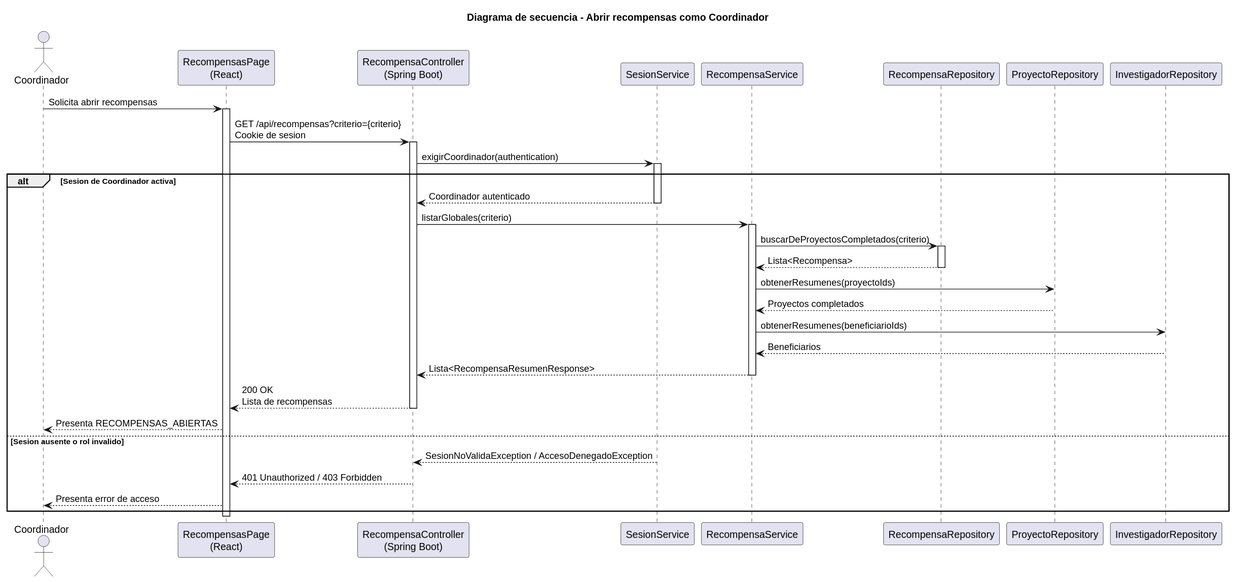
beatriizorozco/25-26-idsw2-sdVC keeps this PlantUML diagram as images/RUP/02-diseño/casos-uso/coordinador/abrirRecompensas/secuencia.svg. Above is the earlier version.
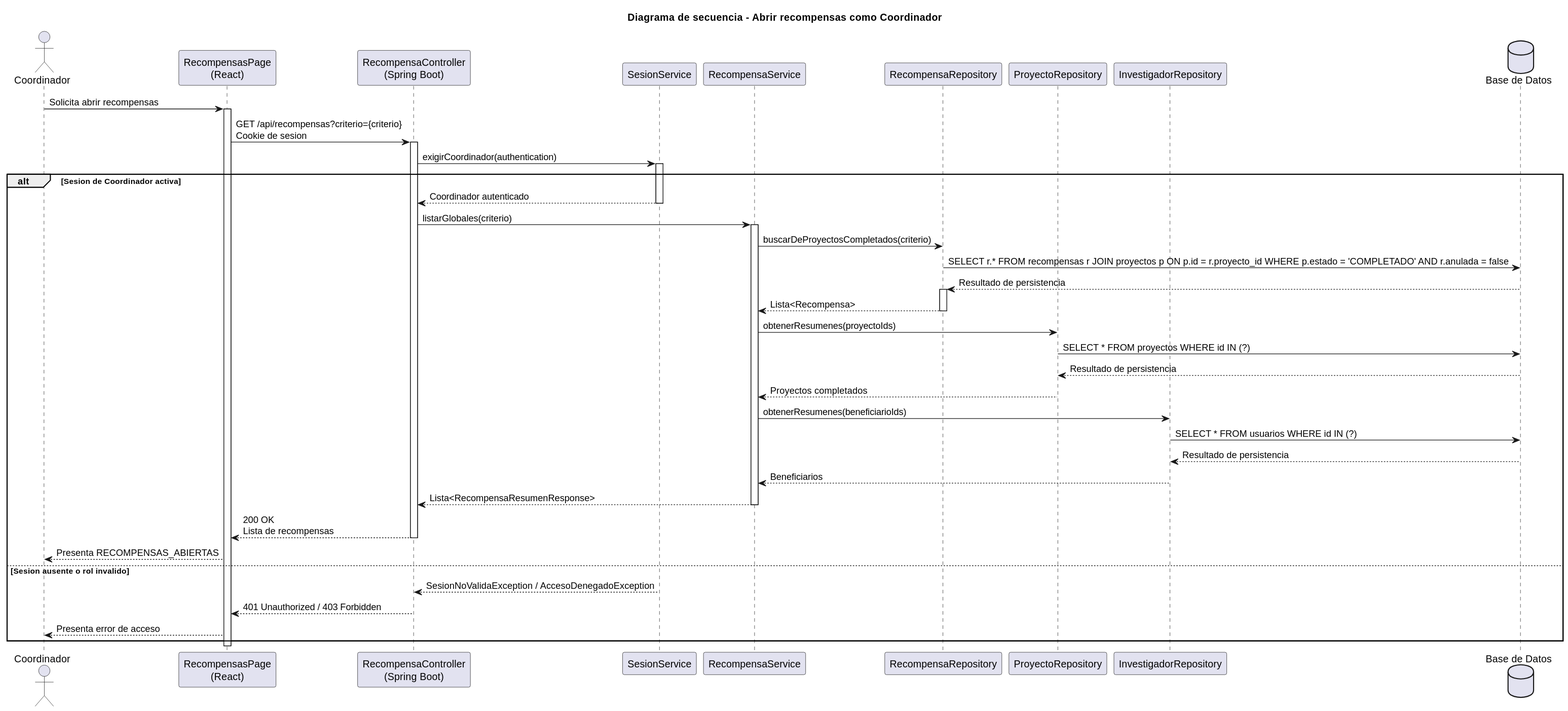
After the commit.

The edit, as a diff of the source:
```diff
@@ -9,6 +9,7 @@
 participant "RecompensaRepository" as Repo
 participant "ProyectoRepository" as ProyectoRepo
 participant "InvestigadorRepository" as InvestigadorRepo
+database "Base de Datos" as DB
 
 Coordinador -> Frontend: Solicita abrir recompensas
 activate Frontend
@@ -22,12 +23,18 @@
     Api -> Service: listarGlobales(criterio)
     activate Service
     Service -> Repo: buscarDeProyectosCompletados(criterio)
+    Repo -> DB: SELECT r.* FROM recompensas r JOIN proyectos p ON p.id = r.proyecto_id WHERE p.estado = 'COMPLETADO' AND r.anulada = false
+    DB --> Repo: Resultado de persistencia
     activate Repo
     Repo --> Service: Lista<Recompensa>
     deactivate Repo
     Service -> ProyectoRepo: obtenerResumenes(proyectoIds)
+    ProyectoRepo -> DB: SELECT * FROM proyectos WHERE id IN (?)
+    DB --> ProyectoRepo: Resultado de persistencia
     ProyectoRepo --> Service: Proyectos completados
     Service -> InvestigadorRepo: obtenerResumenes(beneficiarioIds)
+    InvestigadorRepo -> DB: SELECT * FROM usuarios WHERE id IN (?)
+    DB --> InvestigadorRepo: Resultado de persistencia
     InvestigadorRepo --> Service: Beneficiarios
     Service --> Api: Lista<RecompensaResumenResponse>
     deactivate Service
```
